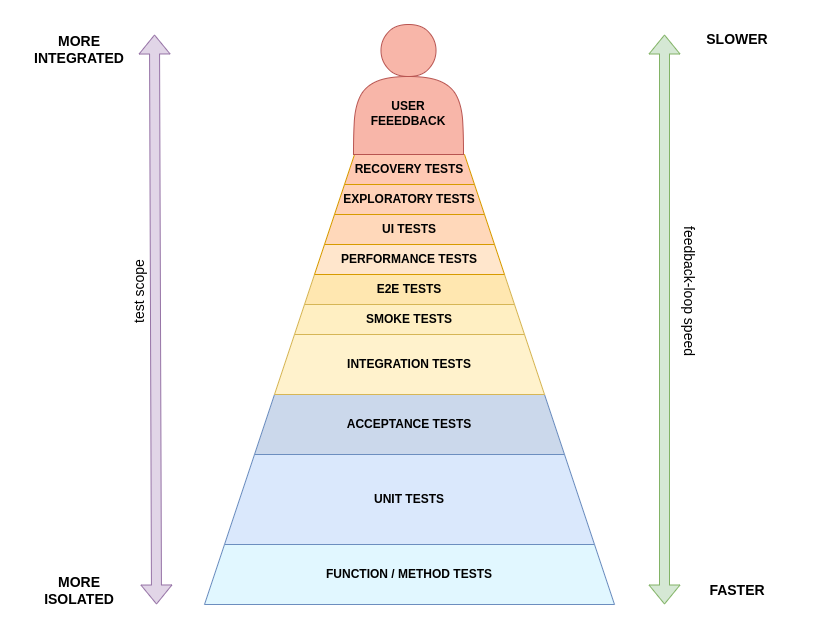
sddevelopment-be/penguin-pragmatic-patterns keeps this draw.io diagram as static/images/concepts/testing_pyramid.png. Above is the earlier version. Source tidied: cells renumbered, new cells last; positions are measured from the earlier drawing's top-left corner, leaving out a move shared by most shapes.
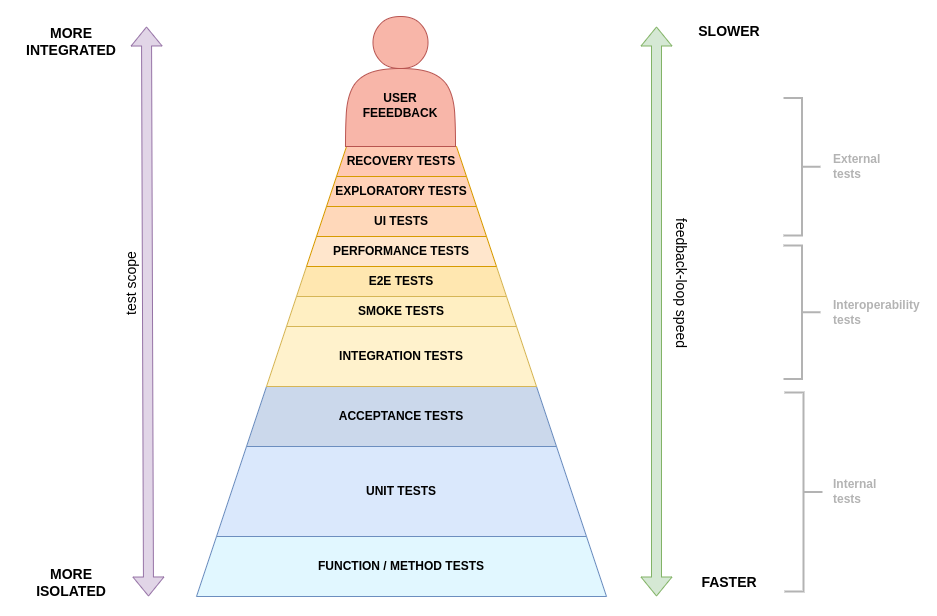
After the change.

Commit message:
Testing pyramid:

Diff of the diagram source:
```diff
@@ -65,5 +65,23 @@
     <mxCell id="20" value="&lt;b&gt;USER&lt;br&gt;FEEEDBACK&lt;/b&gt;" style="shape=actor;whiteSpace=wrap;html=1;verticalAlign=middle;spacingTop=48;fillColor=#F8B6A9;strokeColor=#b85450;" parent="1" vertex="1">
       <mxGeometry x="379" width="110" height="130" as="geometry" />
     </mxCell>
+    <mxCell id="21" style="strokeWidth=2;html=1;shape=mxgraph.flowchart.annotation_2;align=left;labelPosition=right;rotation=-180;fillColor=#f5f5f5;fontColor=#333333;strokeColor=#B3B3B3;" parent="1" vertex="1">
+      <mxGeometry x="818" y="376" width="38" height="199" as="geometry" />
+    </mxCell>
+    <mxCell id="22" style="strokeWidth=2;html=1;shape=mxgraph.flowchart.annotation_2;align=left;labelPosition=right;rotation=-180;fillColor=#f5f5f5;fontColor=#333333;strokeColor=#B3B3B3;" parent="1" vertex="1">
+      <mxGeometry x="817" y="229" width="37" height="133.5" as="geometry" />
+    </mxCell>
+    <mxCell id="23" style="strokeWidth=2;html=1;shape=mxgraph.flowchart.annotation_2;align=left;labelPosition=right;rotation=-180;fillColor=#f5f5f5;fontColor=#333333;strokeColor=#B3B3B3;" parent="1" vertex="1">
+      <mxGeometry x="817" y="81.5" width="37" height="137.5" as="geometry" />
+    </mxCell>
+    <mxCell id="24" value="&lt;b&gt;Internal tests&lt;/b&gt;" style="text;html=1;strokeColor=none;fillColor=none;align=left;verticalAlign=middle;whiteSpace=wrap;rounded=0;fontColor=#B3B3B3;" parent="1" vertex="1">
+      <mxGeometry x="865" y="460" width="60" height="30" as="geometry" />
+    </mxCell>
+    <mxCell id="25" value="&lt;b&gt;External tests&lt;/b&gt;" style="text;html=1;strokeColor=none;fillColor=none;align=left;verticalAlign=middle;whiteSpace=wrap;rounded=0;fontColor=#B3B3B3;" parent="1" vertex="1">
+      <mxGeometry x="865" y="135.2" width="60" height="30" as="geometry" />
+    </mxCell>
+    <mxCell id="26" value="&lt;b&gt;Interoperability tests&lt;/b&gt;" style="text;html=1;strokeColor=none;fillColor=none;align=left;verticalAlign=middle;whiteSpace=wrap;rounded=0;fontColor=#B3B3B3;" parent="1" vertex="1">
+      <mxGeometry x="865" y="280.8" width="60" height="30" as="geometry" />
+    </mxCell>
   </root>
 </mxGraphModel>
```
